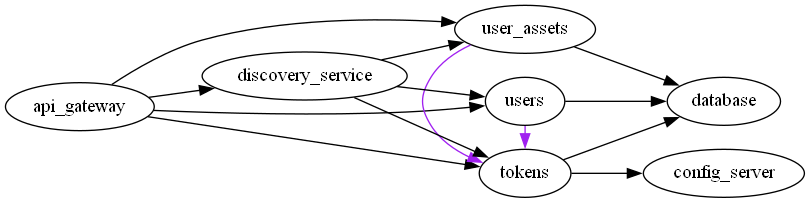
Above: src/backend/docs/services_graph.png in nicolacimmino/FrameworksTesting (Graphviz), before the change. Its source is kept beside it as src/backend/docs/services_graph.dot.
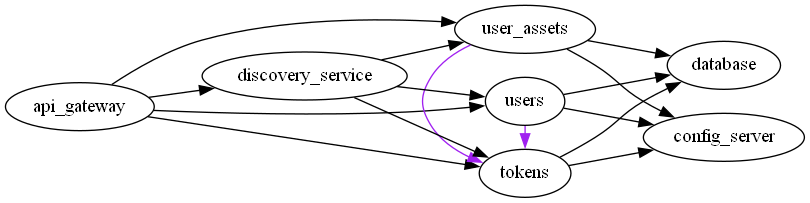
After the change.

What changed in the source:
```diff
@@ -12,8 +12,8 @@
 
   subgraph ancillary_services {
         tokens -> { database, config_server };
-        users -> database;
-        user_assets -> database;
+        users -> { database, config_server };
+        user_assets -> { database, config_server };
         users -> tokens [color="purple"]
         user_assets -> tokens [color="purple"]
         discovery_service -> { tokens, users, user_assets }
```
